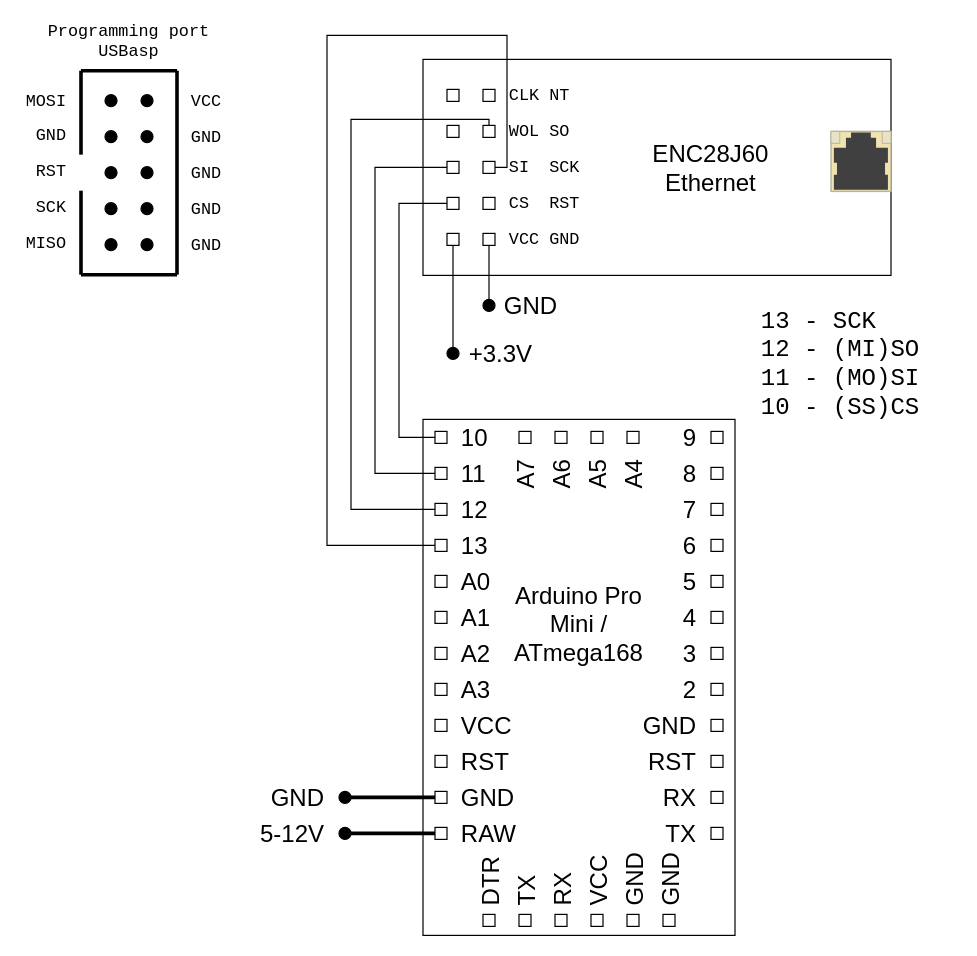
Earlier version of the draw.io diagram doc/circuit_diagram.drawio (lynxzp/rastr1_scales_automation). Source tidied: cells renumbered, new cells numbered last; positions are measured from the earlier drawing's top-left corner, leaving out a move shared by most shapes. Both pictures are drawn from the tidied source at 120%, with x=0, y=0 at pixel (20, 23).
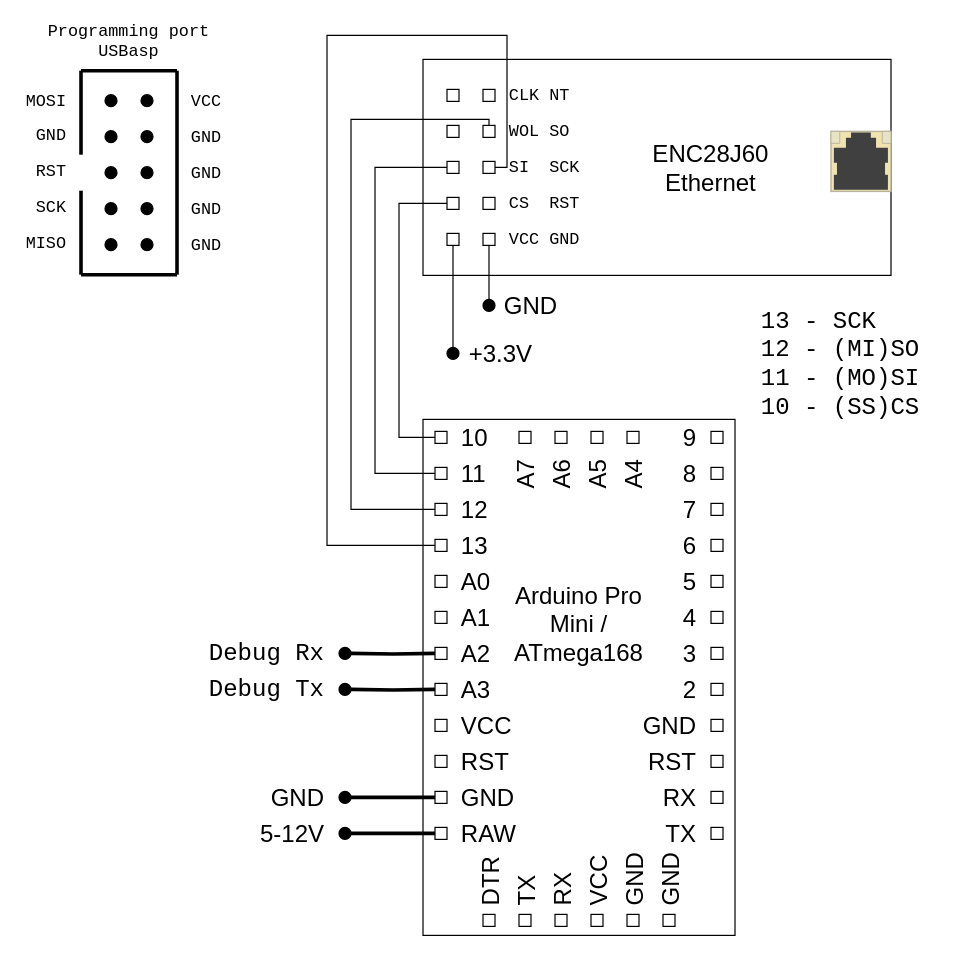
The same diagram, later.

Commit message:
add debug UART to circuit_diagram.drawio

Change to the diagram source:
```diff
@@
+    <mxCell id="136" style="ellipse;whiteSpace=wrap;html=1;fontSize=20;align=left;verticalAlign=top;fillColor=#000000;" parent="1" vertex="1">
+      <mxGeometry x="265" y="520" width="10" height="10" as="geometry" />
+    </mxCell>
+    <mxCell id="137" style="ellipse;whiteSpace=wrap;html=1;fontSize=20;align=left;verticalAlign=top;fillColor=#000000;" parent="1" vertex="1">
+      <mxGeometry x="265" y="550" width="10" height="10" as="geometry" />
+    </mxCell>
+    <mxCell id="138" value="Debug Rx" style="text;html=1;strokeColor=none;fillColor=none;align=right;verticalAlign=middle;whiteSpace=wrap;rounded=0;fontSize=20;fontFamily=Courier New;" parent="1" vertex="1">
+      <mxGeometry x="150" y="515" width="105" height="20" as="geometry" />
+    </mxCell>
+    <mxCell id="139" value="Debug Tx" style="text;html=1;strokeColor=none;fillColor=none;align=right;verticalAlign=middle;whiteSpace=wrap;rounded=0;fontSize=20;fontFamily=Courier New;" parent="1" vertex="1">
+      <mxGeometry x="150" y="545" width="105" height="20" as="geometry" />
+    </mxCell>
+    <mxCell id="140" style="edgeStyle=orthogonalEdgeStyle;rounded=0;jettySize=auto;html=1;exitX=0;exitY=0.5;exitDx=0;exitDy=0;entryX=1;entryY=0.5;entryDx=0;entryDy=0;fontSize=20;endArrow=none;endFill=0;strokeWidth=3;" parent="1" edge="1" target="137">
+      <mxGeometry relative="1" as="geometry">
+        <mxPoint x="345" y="555" as="sourcePoint" />
+      </mxGeometry>
+    </mxCell>
+    <mxCell id="141" style="edgeStyle=orthogonalEdgeStyle;rounded=0;jettySize=auto;html=1;exitX=0;exitY=0.5;exitDx=0;exitDy=0;entryX=1;entryY=0.5;entryDx=0;entryDy=0;fontSize=20;endArrow=none;endFill=0;strokeWidth=3;" parent="1" edge="1" target="136">
+      <mxGeometry relative="1" as="geometry">
+        <mxPoint x="345" y="525" as="sourcePoint" />
+      </mxGeometry>
+    </mxCell>
```
